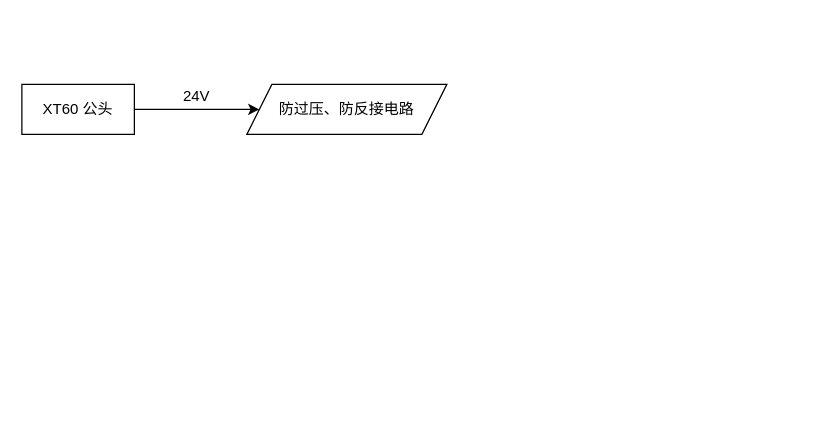
Earlier version of the draw.io diagram Reference/PowerTree.drawio (linyuxuanlin/RobotCtrl). Source tidied: cells renumbered, new cells numbered last; positions are measured from the earlier drawing's top-left corner, leaving out a move shared by most shapes. Both pictures are drawn from the tidied source at 125%, with x=0, y=0 at pixel (21, 84).
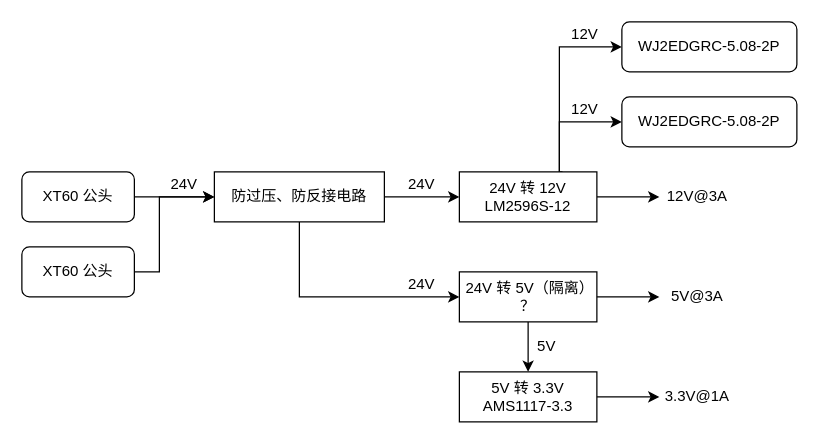
After the change.

What changed in the source:
```diff
@@
-    <mxCell id="2" value="XT60 公头" style="rounded=0;whiteSpace=wrap;html=1;" parent="1" vertex="1">
-      <mxGeometry width="90" height="40" as="geometry" />
-    </mxCell>
+    <mxCell id="5" value="24V" style="text;html=1;strokeColor=none;fillColor=none;align=center;verticalAlign=middle;whiteSpace=wrap;rounded=0;" parent="1" vertex="1">
+      <mxGeometry x="110" y="70" width="40" height="20" as="geometry" />
+    </mxCell>
+    <mxCell id="6" value="24V" style="text;html=1;strokeColor=none;fillColor=none;align=center;verticalAlign=middle;whiteSpace=wrap;rounded=0;" parent="1" vertex="1">
+      <mxGeometry x="300" y="70" width="40" height="20" as="geometry" />
+    </mxCell>
+    <mxCell id="7" value="&lt;span&gt;XT60 公头&lt;/span&gt;" style="rounded=1;whiteSpace=wrap;html=1;" parent="1" vertex="1">
+      <mxGeometry y="70" width="90" height="40" as="geometry" />
+    </mxCell>
+    <mxCell id="8" style="edgeStyle=orthogonalEdgeStyle;rounded=0;jettySize=auto;html=1;" parent="1" edge="1" source="3" target="13">
+      <mxGeometry relative="1" as="geometry" />
+    </mxCell>
+    <mxCell id="9" style="edgeStyle=orthogonalEdgeStyle;rounded=0;jettySize=auto;html=1;" parent="1" edge="1" source="3" target="16">
+      <mxGeometry relative="1" as="geometry">
+        <Array as="points">
+          <mxPoint x="222" y="170" />
+        </Array>
+      </mxGeometry>
+    </mxCell>
-    <mxCell id="3" value="防过压、防反接电路" style="shape=parallelogram;perimeter=parallelogramPerimeter;whiteSpace=wrap;html=1;fixedSize=1;" parent="1" vertex="1">
-      <mxGeometry x="180" width="160" height="40" as="geometry" />
+    <mxCell id="3" value="&lt;span&gt;防过压、防反接电路&lt;/span&gt;" style="rounded=0;whiteSpace=wrap;html=1;" parent="1" vertex="1">
+      <mxGeometry x="154" y="70" width="136" height="40" as="geometry" />
     </mxCell>
-    <mxCell id="4" style="endArrow=classic;html=1;" parent="1" edge="1" source="2" target="3">
-      <mxGeometry relative="1" as="geometry" />
-    </mxCell>
-    <mxCell id="5" value="24V" style="text;html=1;strokeColor=none;fillColor=none;align=center;verticalAlign=middle;whiteSpace=wrap;rounded=0;" parent="1" vertex="1">
-      <mxGeometry x="120" width="40" height="20" as="geometry" />
-    </mxCell>
+    <mxCell id="10" style="edgeStyle=orthogonalEdgeStyle;rounded=0;jettySize=auto;html=1;" parent="1" edge="1" source="13">
+      <mxGeometry relative="1" as="geometry">
+        <mxPoint x="510" y="90" as="targetPoint" />
+      </mxGeometry>
+    </mxCell>
+    <mxCell id="11" style="edgeStyle=orthogonalEdgeStyle;rounded=0;jettySize=auto;html=1;" parent="1" edge="1" source="13" target="27">
+      <mxGeometry relative="1" as="geometry">
+        <Array as="points">
+          <mxPoint x="430" y="-30" />
+        </Array>
+      </mxGeometry>
+    </mxCell>
+    <mxCell id="12" style="edgeStyle=orthogonalEdgeStyle;rounded=0;jettySize=auto;html=1;exitX=0.75;exitY=0;exitDx=0;exitDy=0;" parent="1" edge="1" source="13" target="28">
+      <mxGeometry relative="1" as="geometry">
+        <Array as="points">
+          <mxPoint x="430" y="70" />
+          <mxPoint x="430" y="30" />
+        </Array>
+      </mxGeometry>
+    </mxCell>
+    <mxCell id="13" value="&lt;span&gt;24V 转 12V&lt;br&gt;LM2596S-12&lt;br&gt;&lt;/span&gt;" style="rounded=0;whiteSpace=wrap;html=1;" parent="1" vertex="1">
+      <mxGeometry x="350" y="70" width="110" height="40" as="geometry" />
+    </mxCell>
+    <mxCell id="14" style="endArrow=classic;html=1;" parent="1" edge="1" source="7" target="3">
+      <mxGeometry relative="1" as="geometry" />
+    </mxCell>
+    <mxCell id="15" style="edgeStyle=orthogonalEdgeStyle;rounded=0;jettySize=auto;html=1;" parent="1" edge="1" source="16" target="17">
+      <mxGeometry relative="1" as="geometry" />
+    </mxCell>
+    <mxCell id="16" value="&amp;nbsp;24V 转 5V（隔离）&lt;br&gt;？" style="rounded=0;whiteSpace=wrap;html=1;" parent="1" vertex="1">
+      <mxGeometry x="350" y="150" width="110" height="40" as="geometry" />
+    </mxCell>
+    <mxCell id="17" value="5V 转 3.3V&lt;br&gt;AMS1117-3.3" style="rounded=0;whiteSpace=wrap;html=1;" parent="1" vertex="1">
+      <mxGeometry x="350" y="230" width="110" height="40" as="geometry" />
+    </mxCell>
+    <mxCell id="18" value="5V" style="text;html=1;strokeColor=none;fillColor=none;align=center;verticalAlign=middle;whiteSpace=wrap;rounded=0;" parent="1" vertex="1">
+      <mxGeometry x="400" y="200" width="40" height="20" as="geometry" />
+    </mxCell>
+    <mxCell id="19" value="12V@3A" style="text;html=1;align=center;verticalAlign=middle;strokeColor=none;" parent="1" vertex="1">
+      <mxGeometry x="510" y="80" width="60" height="20" as="geometry" />
+    </mxCell>
+    <mxCell id="20" style="edgeStyle=orthogonalEdgeStyle;rounded=0;orthogonalLoop=1;jettySize=auto;html=1;" parent="1" edge="1">
+      <mxGeometry relative="1" as="geometry">
+        <mxPoint x="460" y="170" as="sourcePoint" />
+        <mxPoint x="510" y="170" as="targetPoint" />
+      </mxGeometry>
+    </mxCell>
+    <mxCell id="21" value="5V@3A" style="text;html=1;align=center;verticalAlign=middle;strokeColor=none;" parent="1" vertex="1">
+      <mxGeometry x="510" y="160" width="60" height="20" as="geometry" />
+    </mxCell>
+    <mxCell id="22" style="edgeStyle=orthogonalEdgeStyle;rounded=0;orthogonalLoop=1;jettySize=auto;html=1;" parent="1" edge="1">
+      <mxGeometry relative="1" as="geometry">
+        <mxPoint x="460" y="250" as="sourcePoint" />
+        <mxPoint x="510" y="250" as="targetPoint" />
+      </mxGeometry>
+    </mxCell>
+    <mxCell id="23" value="3.3V@1A" style="text;html=1;align=center;verticalAlign=middle;strokeColor=none;" parent="1" vertex="1">
+      <mxGeometry x="505" y="240" width="70" height="20" as="geometry" />
+    </mxCell>
+    <mxCell id="24" value="24V" style="text;html=1;strokeColor=none;fillColor=none;align=center;verticalAlign=middle;whiteSpace=wrap;rounded=0;" parent="1" vertex="1">
+      <mxGeometry x="300" y="150" width="40" height="20" as="geometry" />
+    </mxCell>
+    <mxCell id="25" style="edgeStyle=orthogonalEdgeStyle;rounded=0;jettySize=auto;html=1;exitX=1;exitY=0.5;exitDx=0;exitDy=0;entryX=0;entryY=0.5;entryDx=0;entryDy=0;" parent="1" edge="1" source="26" target="3">
+      <mxGeometry relative="1" as="geometry">
+        <Array as="points">
+          <mxPoint x="110" y="150" />
+          <mxPoint x="110" y="90" />
+        </Array>
+      </mxGeometry>
+    </mxCell>
+    <mxCell id="26" value="&lt;span&gt;XT60 公头&lt;/span&gt;" style="rounded=1;whiteSpace=wrap;html=1;" parent="1" vertex="1">
+      <mxGeometry y="130" width="90" height="40" as="geometry" />
+    </mxCell>
+    <mxCell id="27" value="WJ2EDGRC-5.08-2P" style="rounded=1;whiteSpace=wrap;html=1;" parent="1" vertex="1">
+      <mxGeometry x="480" y="-50" width="140" height="40" as="geometry" />
+    </mxCell>
+    <mxCell id="28" value="WJ2EDGRC-5.08-2P" style="rounded=1;whiteSpace=wrap;html=1;" parent="1" vertex="1">
+      <mxGeometry x="480" y="10" width="140" height="40" as="geometry" />
+    </mxCell>
+    <mxCell id="29" value="12V" style="text;html=1;align=center;verticalAlign=middle;strokeColor=none;" parent="1" vertex="1">
+      <mxGeometry x="430" y="10" width="40" height="20" as="geometry" />
+    </mxCell>
+    <mxCell id="30" value="12V" style="text;html=1;align=center;verticalAlign=middle;strokeColor=none;" parent="1" vertex="1">
+      <mxGeometry x="430" y="-50" width="40" height="20" as="geometry" />
+    </mxCell>
```
